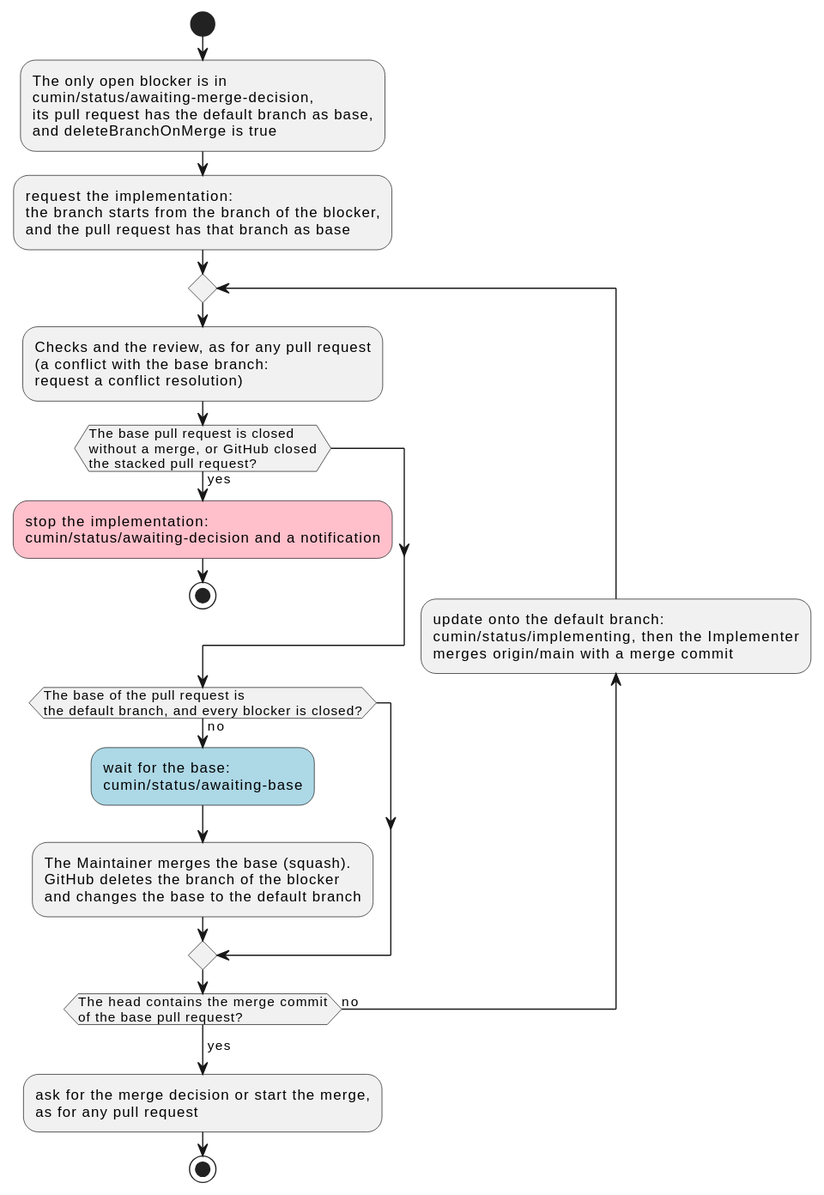
This is docs/ja/designs/poll-stack.svg from cloveclovedev/cumin-works, a PlantUML export, as it was before one commit. The source it was exported from:
```plantuml
@startuml
skinparam shadowing false
skinparam defaultFontName sans-serif

start
:The only open blocker is in
cumin/status/awaiting-merge-decision,
its pull request has the default branch as base,
and deleteBranchOnMerge is true;
:request the implementation:
the branch starts from the branch of the blocker,
and the pull request has that branch as base;
repeat
  :Checks and the review, as for any pull request
  (a conflict with the base branch:
  request a conflict resolution);
  if (The base pull request is closed
without a merge, or GitHub closed
the stacked pull request?) then (yes)
    #Pink:stop the implementation:
    cumin/status/awaiting-decision and a notification;
    stop
  endif
  if (The base of the pull request is
the default branch, and every blocker is closed?) then (no)
    #LightBlue:wait for the base:
    cumin/status/awaiting-base;
    :The Maintainer merges the base (squash).
    GitHub deletes the branch of the blocker
    and changes the base to the default branch;
  endif
  backward:update onto the default branch:
  cumin/status/implementing, then the Implementer
  merges origin/main with a merge commit;
repeat while (The head contains the merge commit
of the base pull request?) is (no)
-> yes;
:ask for the merge decision or start the merge,
as for any pull request;
stop
@enduml
```
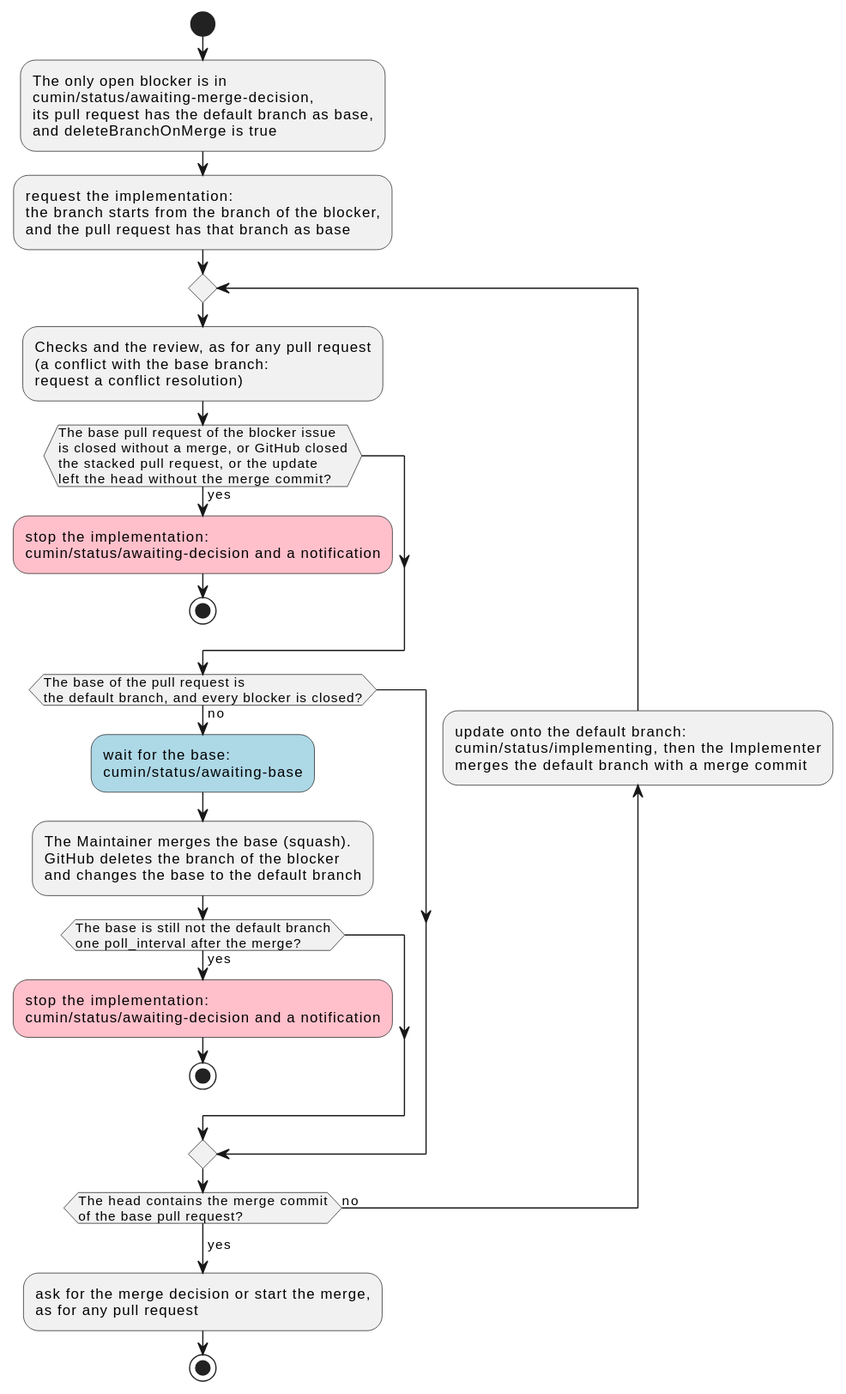
After the change.

Commit message:
docs(designs): close the gaps of the stack design found in review

Diff of the diagram source:
```diff
@@ -14,9 +14,10 @@
   :Checks and the review, as for any pull request
   (a conflict with the base branch:
   request a conflict resolution);
-  if (The base pull request is closed
-without a merge, or GitHub closed
-the stacked pull request?) then (yes)
+  if (The base pull request of the blocker issue
+is closed without a merge, or GitHub closed
+the stacked pull request, or the update
+left the head without the merge commit?) then (yes)
     #Pink:stop the implementation:
     cumin/status/awaiting-decision and a notification;
     stop
@@ -28,10 +29,16 @@
     :The Maintainer merges the base (squash).
     GitHub deletes the branch of the blocker
     and changes the base to the default branch;
+    if (The base is still not the default branch
+one poll_interval after the merge?) then (yes)
+      #Pink:stop the implementation:
+      cumin/status/awaiting-decision and a notification;
+      stop
+    endif
   endif
   backward:update onto the default branch:
   cumin/status/implementing, then the Implementer
-  merges origin/main with a merge commit;
+  merges the default branch with a merge commit;
 repeat while (The head contains the merge commit
 of the base pull request?) is (no)
 -> yes;
```
